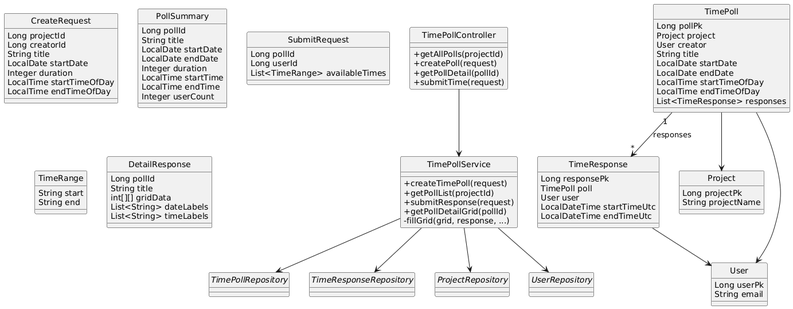
Above: image/시간조율CD.png in team-collaboration-tool/team_collaboration_tool_report (PlantUML), before the change. The source it was exported from:
```plantuml
@startuml
skinparam style strictuml
skinparam classAttributeIconSize 0

class TimePollController {
    +getAllPolls(projectId)
    +createPoll(request)
    +getPollDetail(pollId)
    +submitTime(request)
}

class TimePollService {
    +createTimePoll(request)
    +getPollList(projectId)
    +submitResponse(request)
    +getPollDetailGrid(pollId)
    -fillGrid(grid, response, ...)
}

interface TimePollRepository
interface TimeResponseRepository
interface ProjectRepository
interface UserRepository

class TimePoll {
    Long pollPk
    Project project
    User creator
    String title
    LocalDate startDate
    LocalDate endDate
    LocalTime startTimeOfDay
    LocalTime endTimeOfDay
    List<TimeResponse> responses
}

class TimeResponse {
    Long responsePk
    TimePoll poll
    User user
    LocalDateTime startTimeUtc
    LocalDateTime endTimeUtc
}

class Project {
    Long projectPk
    String projectName
}

class User {
    Long userPk
    String email
}

class CreateRequest {
    Long projectId
    Long creatorId
    String title
    LocalDate startDate
    Integer duration
    LocalTime startTimeOfDay
    LocalTime endTimeOfDay
}

class PollSummary {
    Long pollId
    String title
    LocalDate startDate
    LocalDate endDate
    Integer duration
    LocalTime startTime
    LocalTime endTime
    Integer userCount
}

class SubmitRequest {
    Long pollId
    Long userId
    List<TimeRange> availableTimes
}

class TimeRange {
    String start
    String end
}

class DetailResponse {
    Long pollId
    String title
    int[][] gridData
    List<String> dateLabels
    List<String> timeLabels
}

TimePollController --> TimePollService
TimePollService --> TimePollRepository
TimePollService --> TimeResponseRepository
TimePollService --> ProjectRepository
TimePollService --> UserRepository

TimePoll "1" --> "*" TimeResponse : responses
TimePoll --> Project
TimePoll --> User
TimeResponse --> User
@enduml
```
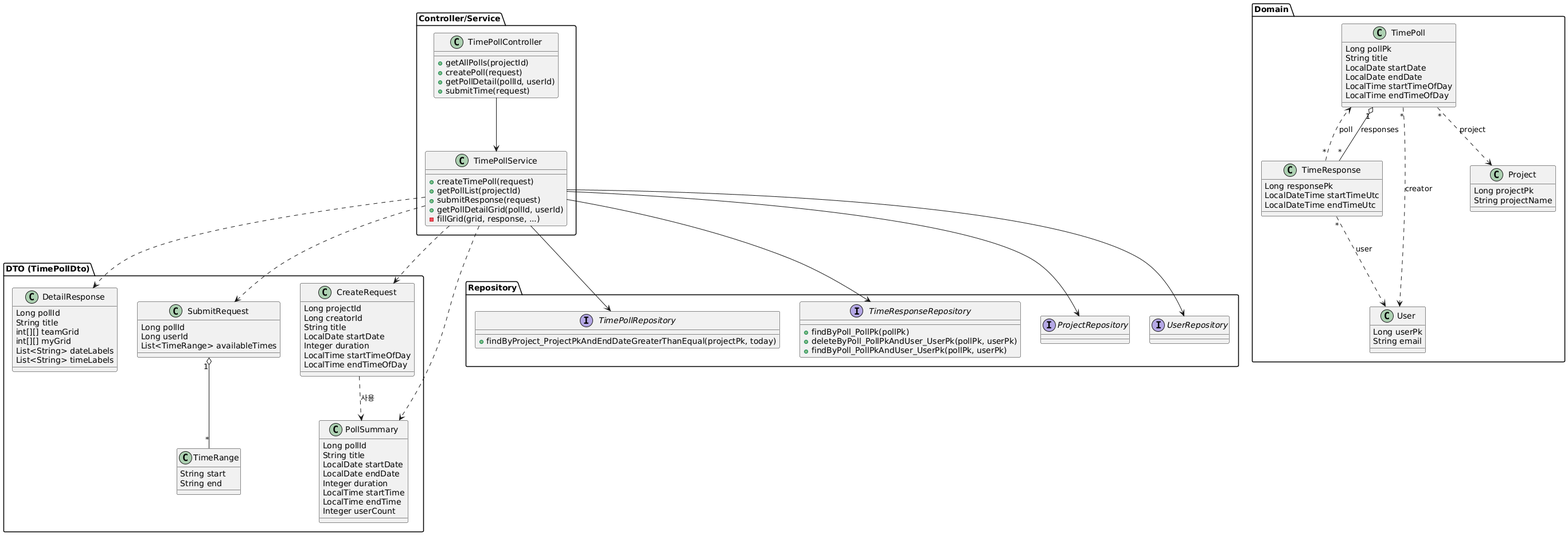
Later version of the same file.

Commit message:
TimeSchedule class diagram

TimeSchedule class diagram 이미지 변경

What changed in the source:
```diff
@@ -1,58 +1,6 @@
 @startuml
-skinparam style strictuml
-skinparam classAttributeIconSize 0
-
-class TimePollController {
-    +getAllPolls(projectId)
-    +createPoll(request)
-    +getPollDetail(pollId)
-    +submitTime(request)
-}
-
-class TimePollService {
-    +createTimePoll(request)
-    +getPollList(projectId)
-    +submitResponse(request)
-    +getPollDetailGrid(pollId)
-    -fillGrid(grid, response, ...)
-}
-
-interface TimePollRepository
-interface TimeResponseRepository
-interface ProjectRepository
-interface UserRepository
-
-class TimePoll {
-    Long pollPk
-    Project project
-    User creator
-    String title
-    LocalDate startDate
-    LocalDate endDate
-    LocalTime startTimeOfDay
-    LocalTime endTimeOfDay
-    List<TimeResponse> responses
-}
-
-class TimeResponse {
-    Long responsePk
-    TimePoll poll
-    User user
-    LocalDateTime startTimeUtc
-    LocalDateTime endTimeUtc
-}
-
-class Project {
-    Long projectPk
-    String projectName
-}
-
-class User {
-    Long userPk
-    String email
-}
-
-class CreateRequest {
+package "DTO (TimePollDto)" {
+  class CreateRequest {
     Long projectId
     Long creatorId
     String title
@@ -60,9 +8,9 @@
     Integer duration
     LocalTime startTimeOfDay
     LocalTime endTimeOfDay
-}
+  }
 
-class PollSummary {
+  class PollSummary {
     Long pollId
     String title
     LocalDate startDate
@@ -71,25 +19,95 @@
     LocalTime startTime
     LocalTime endTime
     Integer userCount
-}
+  }
 
-class SubmitRequest {
+  class SubmitRequest {
     Long pollId
     Long userId
     List<TimeRange> availableTimes
+  }
+
+  class TimeRange {
+    String start
+    String end
+  }
+
+  class DetailResponse {
+    Long pollId
+    String title
+    int[][] teamGrid
+    int[][] myGrid
+    List<String> dateLabels
+    List<String> timeLabels
+  }
+
+  CreateRequest ..> PollSummary : 사용
+  SubmitRequest "1" o-- "*" TimeRange
 }
 
-class TimeRange {
-    String start
-    String end
+package "Domain" {
+  class TimePoll {
+    Long pollPk
+    String title
+    LocalDate startDate
+    LocalDate endDate
+    LocalTime startTimeOfDay
+    LocalTime endTimeOfDay
+  }
+
+  class TimeResponse {
+    Long responsePk
+    LocalDateTime startTimeUtc
+    LocalDateTime endTimeUtc
+  }
+
+  class Project {
+    Long projectPk
+    String projectName
+  }
+
+  class User {
+    Long userPk
+    String email
+  }
+
+  TimePoll "1" o-- "*" TimeResponse : responses
+  TimePoll "*"..> Project : project
+  TimePoll "*"..> User : creator
+  TimeResponse "*"..> User : user
+  TimeResponse "*"..> TimePoll : poll
 }
 
-class DetailResponse {
-    Long pollId
-    String title
-    int[][] gridData
-    List<String> dateLabels
-    List<String> timeLabels
+package "Controller/Service" {
+  class TimePollController {
+    +getAllPolls(projectId)
+    +createPoll(request)
+    +getPollDetail(pollId, userId)
+    +submitTime(request)
+  }
+
+  class TimePollService {
+    +createTimePoll(request)
+    +getPollList(projectId)
+    +submitResponse(request)
+    +getPollDetailGrid(pollId, userId)
+    -fillGrid(grid, response, ...)
+  }
+}
+
+package "Repository" {
+  interface TimePollRepository {
+    +findByProject_ProjectPkAndEndDateGreaterThanEqual(projectPk, today)
+  }
+
+  interface TimeResponseRepository {
+    +findByPoll_PollPk(pollPk)
+    +deleteByPoll_PollPkAndUser_UserPk(pollPk, userPk)
+    +findByPoll_PollPkAndUser_UserPk(pollPk, userPk)
+  }
+
+  interface ProjectRepository
+  interface UserRepository
 }
 
 TimePollController --> TimePollService
@@ -98,8 +116,8 @@
 TimePollService --> ProjectRepository
 TimePollService --> UserRepository
 
-TimePoll "1" --> "*" TimeResponse : responses
-TimePoll --> Project
-TimePoll --> User
-TimeResponse --> User
+TimePollService ..> CreateRequest
+TimePollService ..> PollSummary
+TimePollService ..> SubmitRequest
+TimePollService ..> DetailResponse
 @enduml
```
